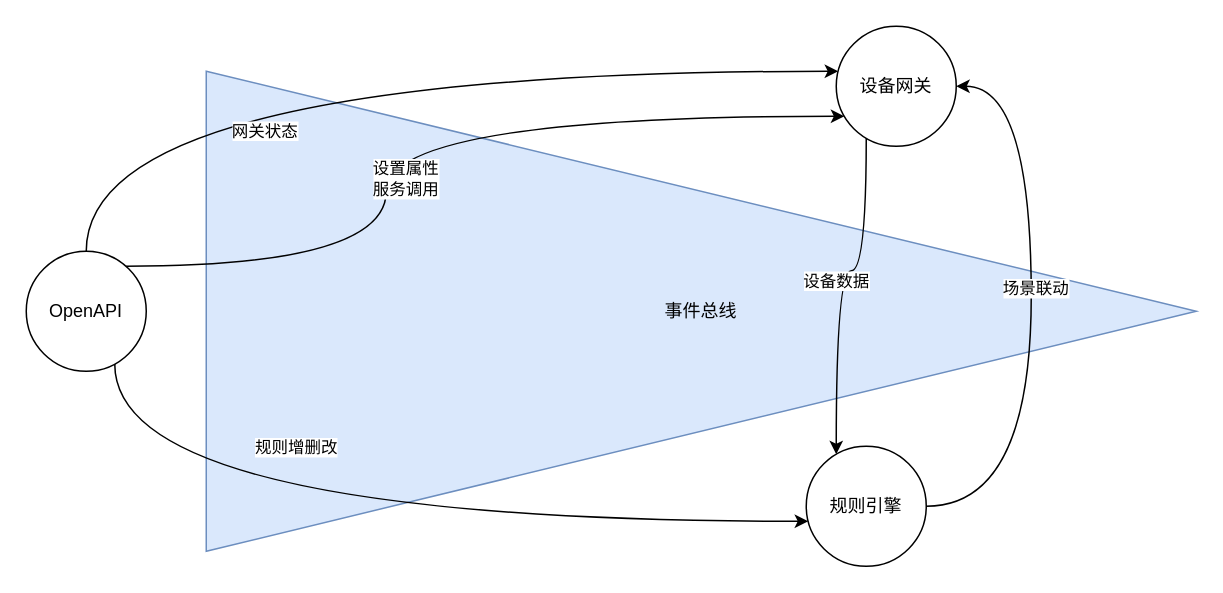
Above: pulsar.drawio in 63isOK/conference_graph (draw.io), before the change. Source tidied: cells renumbered, new cells numbered last; positions are measured from the earlier drawing's top-left corner, leaving out a move shared by most shapes. Both pictures are drawn from the tidied source at 150%, with x=0, y=0 at pixel (26, 26).
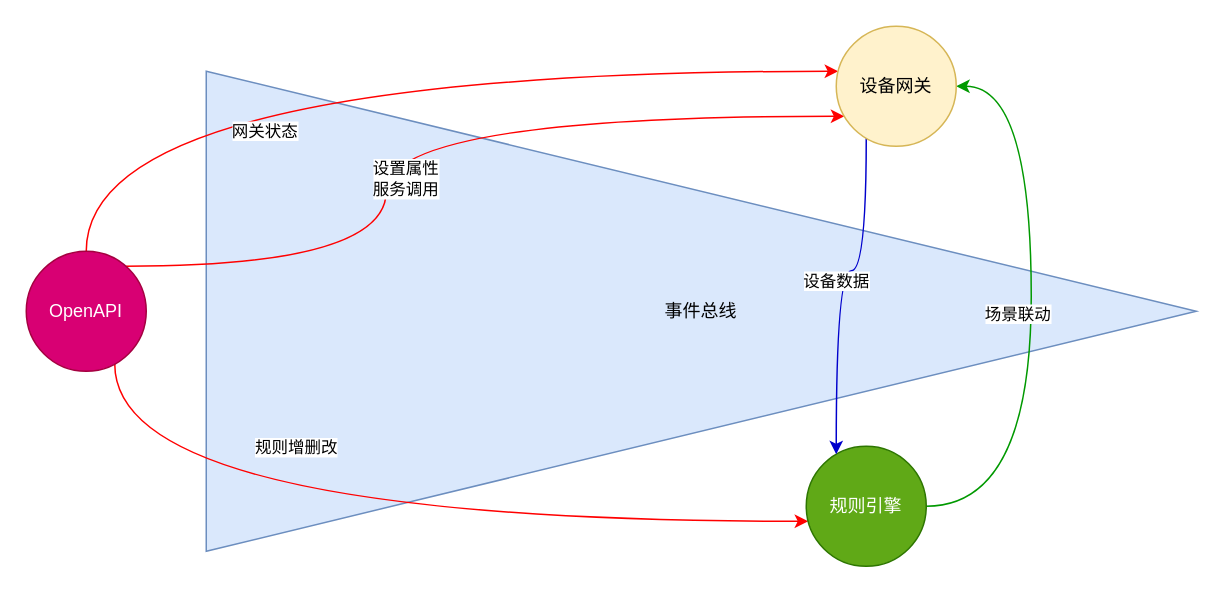
The same page after the edit.

What changed in the source:
```diff
@@
-    <mxCell id="3" value="网关状态" style="rounded=0;jettySize=auto;html=1;edgeStyle=orthogonalEdgeStyle;curved=1;" parent="1" edge="1" source="8" target="13">
+    <mxCell id="3" value="网关状态" style="rounded=0;jettySize=auto;html=1;edgeStyle=orthogonalEdgeStyle;curved=1;strokeColor=#FF0000;" parent="1" edge="1" source="8" target="13">
       <mxGeometry x="-0.23" y="-40" relative="1" as="geometry">
         <Array as="points">
           <mxPoint x="40" y="30" />
         </Array>
       </mxGeometry>
     </mxCell>
-    <mxCell id="4" style="rounded=0;jettySize=auto;html=1;edgeStyle=orthogonalEdgeStyle;curved=1;" parent="1" edge="1" source="8" target="13">
+    <mxCell id="4" style="rounded=0;jettySize=auto;html=1;edgeStyle=orthogonalEdgeStyle;curved=1;strokeColor=#FF0000;" parent="1" edge="1" source="8" target="13">
       <mxGeometry relative="1" as="geometry">
         <Array as="points">
           <mxPoint x="240" y="160" />
           <mxPoint x="240" y="60" />
         </Array>
       </mxGeometry>
     </mxCell>
@@
-    <mxCell id="6" style="edgeStyle=orthogonalEdgeStyle;curved=1;rounded=0;jettySize=auto;html=1;" parent="1" edge="1" source="8" target="11">
+    <mxCell id="6" style="edgeStyle=orthogonalEdgeStyle;curved=1;rounded=0;jettySize=auto;html=1;strokeColor=#FF0000;" parent="1" edge="1" source="8" target="11">
       <mxGeometry relative="1" as="geometry">
         <Array as="points">
           <mxPoint x="59" y="330" />
         </Array>
       </mxGeometry>
     </mxCell>
@@
-    <mxCell id="8" value="OpenAPI" style="ellipse;whiteSpace=wrap;html=1;" parent="1" vertex="1">
+    <mxCell id="8" value="OpenAPI" style="ellipse;whiteSpace=wrap;html=1;fillColor=#d80073;strokeColor=#A50040;fontColor=#ffffff;" parent="1" vertex="1">
       <mxGeometry y="150" width="80" height="80" as="geometry" />
     </mxCell>
-    <mxCell id="9" style="edgeStyle=orthogonalEdgeStyle;curved=1;rounded=0;jettySize=auto;html=1;" parent="1" edge="1" source="11" target="13">
+    <mxCell id="9" style="edgeStyle=orthogonalEdgeStyle;curved=1;rounded=0;jettySize=auto;html=1;strokeColor=#009900;" parent="1" edge="1" source="11" target="13">
       <mxGeometry relative="1" as="geometry">
         <Array as="points">
           <mxPoint x="670" y="320" />
           <mxPoint x="670" y="40" />
         </Array>
       </mxGeometry>
     </mxCell>
     <mxCell id="10" value="场景联动" style="edgeLabel;html=1;align=center;verticalAlign=middle;" parent="9" vertex="1">
-      <mxGeometry x="0.08" y="-2" relative="1" as="geometry" />
+      <mxGeometry x="0.08" y="-2" relative="1" as="geometry">
+        <mxPoint x="-12" y="17" as="offset" />
+      </mxGeometry>
     </mxCell>
-    <mxCell id="11" value="规则引擎" style="ellipse;whiteSpace=wrap;html=1;" parent="1" vertex="1">
+    <mxCell id="11" value="规则引擎" style="ellipse;whiteSpace=wrap;html=1;fillColor=#60a917;strokeColor=#2D7600;fontColor=#ffffff;" parent="1" vertex="1">
       <mxGeometry x="520" y="280" width="80" height="80" as="geometry" />
     </mxCell>
-    <mxCell id="12" value="设备数据" style="edgeStyle=orthogonalEdgeStyle;curved=1;rounded=0;jettySize=auto;html=1;" parent="1" edge="1" source="13" target="11">
+    <mxCell id="12" value="设备数据" style="edgeStyle=orthogonalEdgeStyle;curved=1;rounded=0;jettySize=auto;html=1;strokeColor=#0000CC;" parent="1" edge="1" source="13" target="11">
       <mxGeometry relative="1" as="geometry">
         <Array as="points">
           <mxPoint x="560" y="163" />
           <mxPoint x="540" y="163" />
         </Array>
       </mxGeometry>
     </mxCell>
-    <mxCell id="13" value="设备网关" style="ellipse;whiteSpace=wrap;html=1;" parent="1" vertex="1">
+    <mxCell id="13" value="设备网关" style="ellipse;whiteSpace=wrap;html=1;fillColor=#fff2cc;strokeColor=#d6b656;" parent="1" vertex="1">
       <mxGeometry x="540" width="80" height="80" as="geometry" />
     </mxCell>
```
